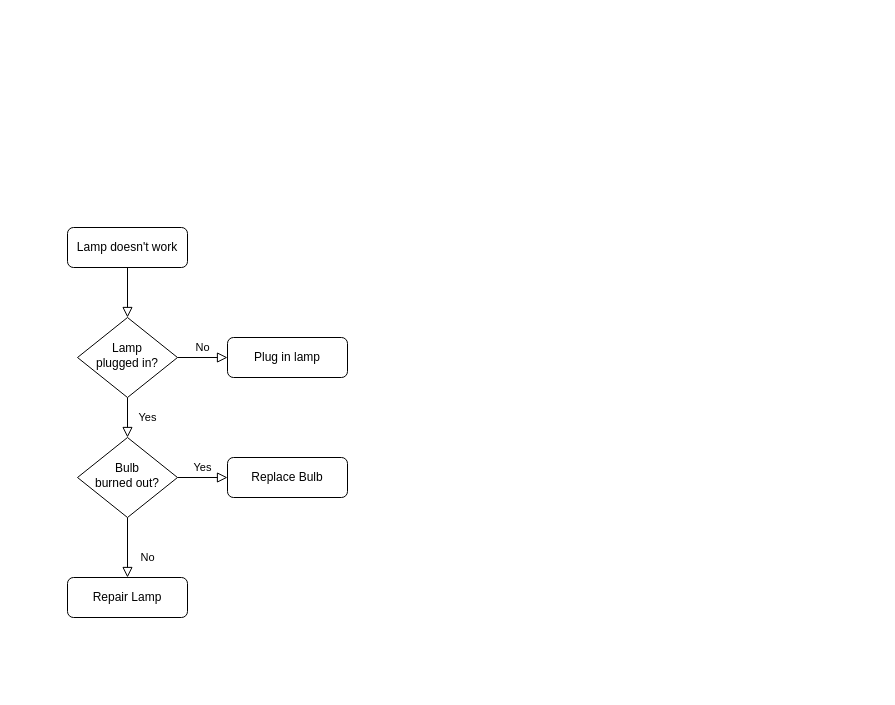
Earlier version of the draw.io diagram Untitled Diagram.drawio (brandon-c-xgen/brandon-c-xgen). Source tidied: cells renumbered, new cells numbered last; positions are measured from the earlier drawing's top-left corner, leaving out a move shared by most shapes. Both pictures are drawn from the tidied source at 100%, with x=0, y=0 at pixel (67, 227).
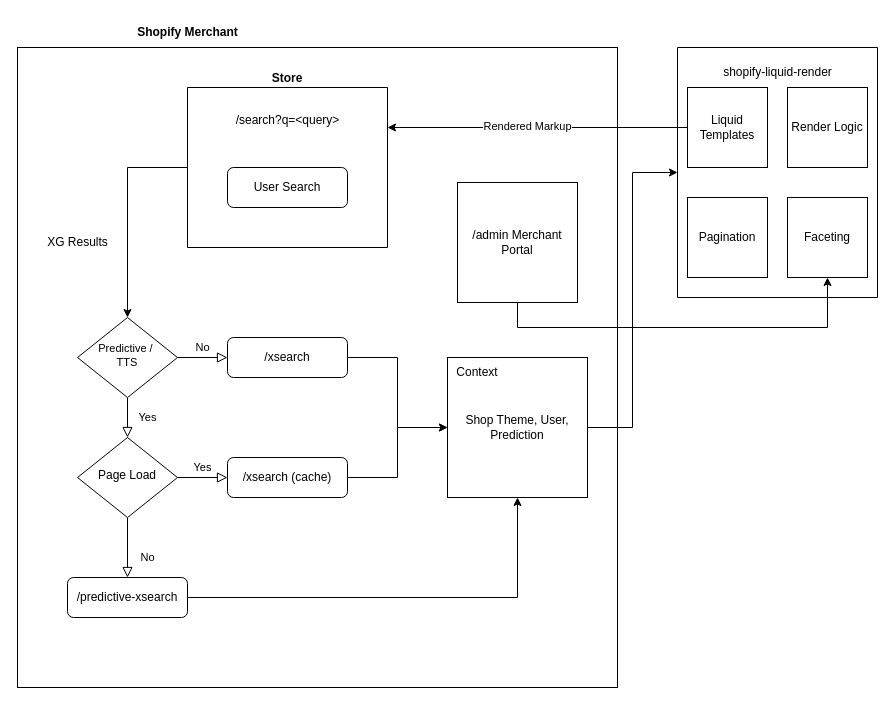
After the change.

Diff of the diagram source:
```diff
@@
-    <mxCell id="2" style="rounded=0;html=1;jettySize=auto;fontSize=11;endArrow=block;endFill=0;endSize=8;strokeWidth=1;shadow=0;labelBackgroundColor=none;edgeStyle=orthogonalEdgeStyle;" parent="1" edge="1" source="3" target="6">
-      <mxGeometry relative="1" as="geometry" />
-    </mxCell>
-    <mxCell id="3" value="Lamp doesn't work" style="rounded=1;whiteSpace=wrap;html=1;fontSize=12;glass=0;strokeWidth=1;shadow=0;" parent="1" vertex="1">
-      <mxGeometry width="120" height="40" as="geometry" />
-    </mxCell>
+    <mxCell id="13" style="whiteSpace=wrap;html=1;" parent="1" vertex="1">
+      <mxGeometry x="-50" y="-180" width="600" height="640" as="geometry" />
+    </mxCell>
@@
-    <mxCell id="6" value="Lamp&lt;br&gt;plugged in?" style="rhombus;whiteSpace=wrap;html=1;shadow=0;fontFamily=Helvetica;fontSize=12;align=center;strokeWidth=1;spacing=6;spacingTop=-4;" parent="1" vertex="1">
+    <mxCell id="6" value="&lt;p style=&quot;line-height: 90%;&quot;&gt;&lt;/p&gt;&lt;div style=&quot;font-size: 11px;&quot;&gt;&lt;font style=&quot;font-size: 11px;&quot;&gt;Predictive /&amp;nbsp;&lt;/font&gt;&lt;/div&gt;&lt;div style=&quot;font-size: 11px;&quot;&gt;&lt;font style=&quot;font-size: 11px;&quot;&gt;TTS&lt;/font&gt;&lt;/div&gt;&lt;p&gt;&lt;/p&gt;" style="rhombus;whiteSpace=wrap;html=1;shadow=0;fontFamily=Helvetica;fontSize=12;align=center;strokeWidth=1;spacing=6;spacingTop=-4;" parent="1" vertex="1">
       <mxGeometry x="10" y="90" width="100" height="80" as="geometry" />
     </mxCell>
+    <mxCell id="14" style="edgeStyle=orthogonalEdgeStyle;rounded=0;jettySize=auto;html=1;" parent="1" edge="1" source="7" target="29">
+      <mxGeometry relative="1" as="geometry" />
+    </mxCell>
-    <mxCell id="7" value="Plug in lamp" style="rounded=1;whiteSpace=wrap;html=1;fontSize=12;glass=0;strokeWidth=1;shadow=0;" parent="1" vertex="1">
+    <mxCell id="7" value="/xsearch" style="rounded=1;whiteSpace=wrap;html=1;fontSize=12;glass=0;strokeWidth=1;shadow=0;" parent="1" vertex="1">
       <mxGeometry x="160" y="110" width="120" height="40" as="geometry" />
     </mxCell>
@@
-    <mxCell id="10" value="Bulb&lt;br&gt;burned out?" style="rhombus;whiteSpace=wrap;html=1;shadow=0;fontFamily=Helvetica;fontSize=12;align=center;strokeWidth=1;spacing=6;spacingTop=-4;" parent="1" vertex="1">
+    <mxCell id="10" value="Page Load" style="rhombus;whiteSpace=wrap;html=1;shadow=0;fontFamily=Helvetica;fontSize=12;align=center;strokeWidth=1;spacing=6;spacingTop=-4;" parent="1" vertex="1">
       <mxGeometry x="10" y="210" width="100" height="80" as="geometry" />
     </mxCell>
+    <mxCell id="15" style="edgeStyle=orthogonalEdgeStyle;rounded=0;jettySize=auto;html=1;entryX=0.5;entryY=1;entryDx=0;entryDy=0;" parent="1" edge="1" source="11" target="29">
+      <mxGeometry relative="1" as="geometry" />
+    </mxCell>
-    <mxCell id="11" value="Repair Lamp" style="rounded=1;whiteSpace=wrap;html=1;fontSize=12;glass=0;strokeWidth=1;shadow=0;" parent="1" vertex="1">
+    <mxCell id="11" value="/predictive-xsearch" style="rounded=1;whiteSpace=wrap;html=1;fontSize=12;glass=0;strokeWidth=1;shadow=0;" parent="1" vertex="1">
       <mxGeometry y="350" width="120" height="40" as="geometry" />
     </mxCell>
+    <mxCell id="16" style="edgeStyle=orthogonalEdgeStyle;rounded=0;jettySize=auto;html=1;" parent="1" edge="1" source="12" target="29">
+      <mxGeometry relative="1" as="geometry" />
+    </mxCell>
-    <mxCell id="12" value="Replace Bulb" style="rounded=1;whiteSpace=wrap;html=1;fontSize=12;glass=0;strokeWidth=1;shadow=0;" parent="1" vertex="1">
+    <mxCell id="12" value="/xsearch (cache)" style="rounded=1;whiteSpace=wrap;html=1;fontSize=12;glass=0;strokeWidth=1;shadow=0;" parent="1" vertex="1">
       <mxGeometry x="160" y="230" width="120" height="40" as="geometry" />
     </mxCell>
+    <mxCell id="17" style="edgeStyle=orthogonalEdgeStyle;rounded=0;jettySize=auto;html=1;entryX=0.5;entryY=0;entryDx=0;entryDy=0;" parent="1" edge="1" source="18" target="6">
+      <mxGeometry relative="1" as="geometry" />
+    </mxCell>
+    <mxCell id="18" value="Store" style="swimlane;startSize=0;verticalAlign=bottom;" parent="1" vertex="1">
+      <mxGeometry x="120" y="-140" width="200" height="160" as="geometry" />
+    </mxCell>
+    <mxCell id="3" value="User Search" style="rounded=1;whiteSpace=wrap;html=1;fontSize=12;glass=0;strokeWidth=1;shadow=0;" parent="18" vertex="1">
+      <mxGeometry x="40" y="80" width="120" height="40" as="geometry" />
+    </mxCell>
+    <mxCell id="19" value="/search?q=&amp;lt;query&amp;gt;" style="text;html=1;align=center;verticalAlign=middle;strokeColor=none;fillColor=none;" parent="18" vertex="1">
+      <mxGeometry x="35" y="18" width="130" height="30" as="geometry" />
+    </mxCell>
+    <mxCell id="20" style="swimlane;startSize=0;" parent="1" vertex="1">
+      <mxGeometry x="610" y="-180" width="200" height="250" as="geometry" />
+    </mxCell>
+    <mxCell id="21" value="shopify-liquid-render" style="text;html=1;align=center;verticalAlign=middle;strokeColor=none;fillColor=none;" parent="20" vertex="1">
+      <mxGeometry x="35" y="10" width="130" height="30" as="geometry" />
+    </mxCell>
+    <mxCell id="22" value="Liquid Templates" style="whiteSpace=wrap;html=1;" parent="20" vertex="1">
+      <mxGeometry x="10" y="40" width="80" height="80" as="geometry" />
+    </mxCell>
+    <mxCell id="23" value="Render Logic" style="whiteSpace=wrap;html=1;" parent="20" vertex="1">
+      <mxGeometry x="110" y="40" width="80" height="80" as="geometry" />
+    </mxCell>
+    <mxCell id="24" value="Pagination" style="whiteSpace=wrap;html=1;" parent="20" vertex="1">
+      <mxGeometry x="10" y="150" width="80" height="80" as="geometry" />
+    </mxCell>
+    <mxCell id="25" value="Faceting" style="whiteSpace=wrap;html=1;" parent="20" vertex="1">
+      <mxGeometry x="110" y="150" width="80" height="80" as="geometry" />
+    </mxCell>
+    <mxCell id="26" value="&lt;div&gt;XG Results&lt;br&gt;&lt;/div&gt;" style="text;html=1;align=center;verticalAlign=middle;strokeColor=none;fillColor=none;" parent="1" vertex="1">
+      <mxGeometry x="-30" width="80" height="30" as="geometry" />
+    </mxCell>
+    <mxCell id="27" value="Shopify Merchant" style="text;html=1;align=center;verticalAlign=middle;strokeColor=none;fillColor=none;fontStyle=1;" parent="1" vertex="1">
+      <mxGeometry x="60" y="-210" width="120" height="30" as="geometry" />
+    </mxCell>
+    <mxCell id="28" style="edgeStyle=orthogonalEdgeStyle;rounded=0;jettySize=auto;html=1;entryX=0;entryY=0.5;entryDx=0;entryDy=0;" parent="1" edge="1" source="29" target="20">
+      <mxGeometry relative="1" as="geometry" />
+    </mxCell>
+    <mxCell id="29" value="Shop Theme, User, Prediction " style="whiteSpace=wrap;html=1;" parent="1" vertex="1">
+      <mxGeometry x="380" y="130" width="140" height="140" as="geometry" />
+    </mxCell>
+    <mxCell id="30" value="Context" style="text;html=1;align=center;verticalAlign=middle;whiteSpace=wrap;rounded=0;" parent="1" vertex="1">
+      <mxGeometry x="380" y="130" width="60" height="30" as="geometry" />
+    </mxCell>
+    <mxCell id="31" style="edgeStyle=orthogonalEdgeStyle;rounded=0;jettySize=auto;html=1;entryX=1;entryY=0.25;entryDx=0;entryDy=0;" parent="1" edge="1" source="22" target="18">
+      <mxGeometry relative="1" as="geometry" />
+    </mxCell>
+    <mxCell id="32" value="&lt;div&gt;Rendered Markup&lt;br&gt;&lt;/div&gt;" style="edgeLabel;html=1;align=center;verticalAlign=middle;" parent="31" vertex="1">
+      <mxGeometry x="0.07" y="-2" relative="1" as="geometry" />
+    </mxCell>
+    <mxCell id="33" style="edgeStyle=orthogonalEdgeStyle;rounded=0;jettySize=auto;html=1;entryX=0.5;entryY=1;entryDx=0;entryDy=0;" parent="1" edge="1" source="34" target="25">
+      <mxGeometry relative="1" as="geometry">
+        <Array as="points">
+          <mxPoint x="450" y="100" />
+          <mxPoint x="760" y="100" />
+        </Array>
+      </mxGeometry>
+    </mxCell>
+    <mxCell id="34" value="/admin Merchant Portal" style="whiteSpace=wrap;html=1;" parent="1" vertex="1">
+      <mxGeometry x="390" y="-45" width="120" height="120" as="geometry" />
+    </mxCell>
```
